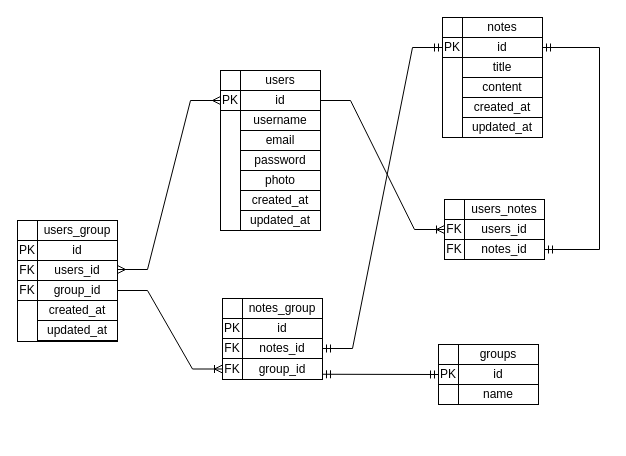
The draw.io diagram note-taking-app-erd.drawio in monnn-273/note-taking-app, before the edit. Source tidied: cells renumbered, new cells numbered last; positions are measured from the earlier drawing's top-left corner, leaving out a move shared by most shapes. Both pictures are drawn from the tidied source at 100%, with x=0, y=0 at pixel (17, 17).
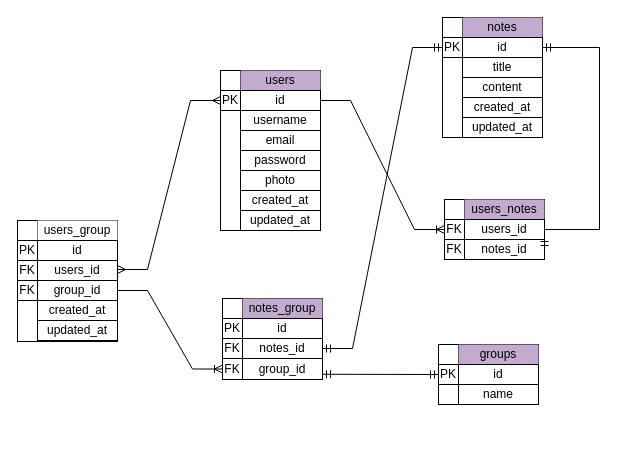
Above is the later version.

The change refers to these unchanged cells:
```xml
<mxCell id="2" style="group;" parent="1" vertex="1">
  <mxGeometry x="425" width="100" height="140" as="geometry" />
</mxCell>
<mxCell id="5" value="id" style="text;html=1;strokeColor=#000000;fillColor=none;align=center;verticalAlign=middle;whiteSpace=wrap;rounded=0;" parent="2" vertex="1">
  <mxGeometry x="20" y="20" width="80" height="20" as="geometry" />
</mxCell>
<mxCell id="22" style="group;" parent="21" vertex="1">
  <mxGeometry y="163" width="100" height="140" as="geometry" />
</mxCell>
<mxCell id="33" style="group;" parent="21" vertex="1">
  <mxGeometry x="205" y="241" width="100" height="140" as="geometry" />
</mxCell>
<mxCell id="43" style="group;" parent="1" vertex="1">
  <mxGeometry x="430" y="182" width="100" height="140" as="geometry" />
</mxCell>
<mxCell id="47" value="notes_id" style="text;html=1;strokeColor=#000000;fillColor=none;align=center;verticalAlign=middle;whiteSpace=wrap;rounded=0;" parent="43" vertex="1">
  <mxGeometry x="17" y="40" width="80" height="20" as="geometry" />
</mxCell>
```

Change to the diagram source:
```diff
@@
-    <mxCell id="4" value="notes" style="text;html=1;strokeColor=none;fillColor=none;align=center;verticalAlign=middle;whiteSpace=wrap;rounded=0;" parent="2" vertex="1">
+    <mxCell id="4" value="notes" style="text;html=1;strokeColor=none;fillColor=#C3ABD0;align=center;verticalAlign=middle;whiteSpace=wrap;rounded=0;" parent="2" vertex="1">
       <mxGeometry x="20" width="80" height="20" as="geometry" />
     </mxCell>
@@
-    <mxCell id="12" value="users" style="text;html=1;strokeColor=none;fillColor=none;align=center;verticalAlign=middle;whiteSpace=wrap;rounded=0;" parent="1" vertex="1">
+    <mxCell id="12" value="users" style="text;html=1;strokeColor=none;fillColor=#C3ABD0;align=center;verticalAlign=middle;whiteSpace=wrap;rounded=0;" parent="1" vertex="1">
       <mxGeometry x="223" y="53" width="80" height="20" as="geometry" />
     </mxCell>
@@
-    <mxCell id="24" value="users_group" style="text;html=1;strokeColor=none;fillColor=none;align=center;verticalAlign=middle;whiteSpace=wrap;rounded=0;" parent="22" vertex="1">
+    <mxCell id="24" value="users_group" style="text;html=1;strokeColor=none;fillColor=default;align=center;verticalAlign=middle;whiteSpace=wrap;rounded=0;" parent="22" vertex="1">
       <mxGeometry x="20" width="80" height="20" as="geometry" />
     </mxCell>
@@
-    <mxCell id="35" value="notes_group" style="text;html=1;strokeColor=none;fillColor=none;align=center;verticalAlign=middle;whiteSpace=wrap;rounded=0;" parent="33" vertex="1">
+    <mxCell id="35" value="notes_group" style="text;html=1;strokeColor=none;fillColor=#C3ABD0;align=center;verticalAlign=middle;whiteSpace=wrap;rounded=0;" parent="33" vertex="1">
       <mxGeometry x="20" width="80" height="20" as="geometry" />
     </mxCell>
@@
-    <mxCell id="45" value="users_notes" style="text;html=1;strokeColor=none;fillColor=none;align=center;verticalAlign=middle;whiteSpace=wrap;rounded=0;" parent="43" vertex="1">
+    <mxCell id="45" value="users_notes" style="text;html=1;strokeColor=none;fillColor=#C3ABD0;align=center;verticalAlign=middle;whiteSpace=wrap;rounded=0;" parent="43" vertex="1">
       <mxGeometry x="17" width="80" height="20" as="geometry" />
     </mxCell>
@@
-    <mxCell id="52" value="groups" style="text;html=1;strokeColor=none;fillColor=none;align=center;verticalAlign=middle;whiteSpace=wrap;rounded=0;" parent="1" vertex="1">
+    <mxCell id="52" value="groups" style="text;html=1;strokeColor=none;fillColor=#C3ABD0;align=center;verticalAlign=middle;whiteSpace=wrap;rounded=0;" parent="1" vertex="1">
       <mxGeometry x="441" y="327" width="80" height="20" as="geometry" />
     </mxCell>
@@
     <mxCell id="59" style="fontSize=12;html=1;endArrow=ERmandOne;startArrow=ERmandOne;rounded=0;entryX=1;entryY=0.5;entryDx=0;entryDy=0;exitX=1;exitY=0.5;exitDx=0;exitDy=0;edgeStyle=orthogonalEdgeStyle;" parent="1" edge="1" source="5" target="47">
       <mxGeometry relative="1" as="geometry">
         <Array as="points">
           <mxPoint x="582" y="30" />
-          <mxPoint x="582" y="232" />
+          <mxPoint x="582" y="212" />
+          <mxPoint x="527" y="212" />
         </Array>
       </mxGeometry>
     </mxCell>
```
